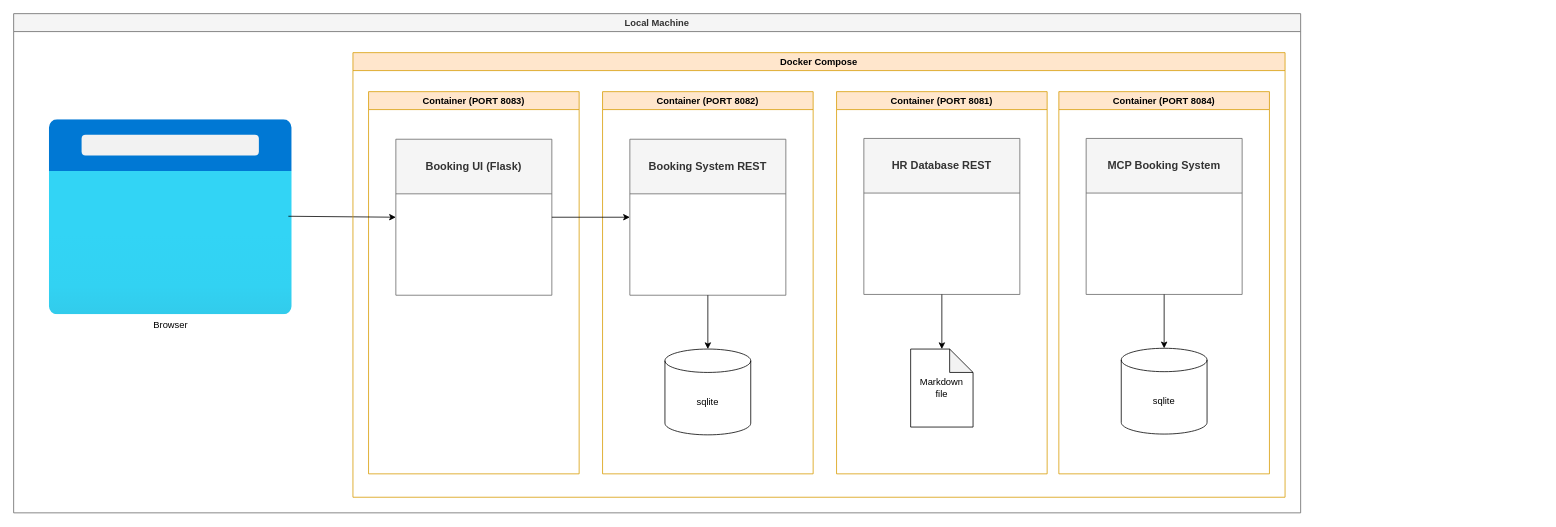
Earlier version of the draw.io diagram page "Booking-Applications-Docker-Compose" (3 of 5) of architecture/galaxim-travel-infrastructure.drawio (thomassuedbroecker/galaxium-travels-infrastructure-tsuedbro). Source tidied: cells renumbered, new cells numbered last; positions are measured from the earlier drawing's top-left corner, leaving out a move shared by most shapes. Both pictures are drawn from the tidied source at 78%, with x=0, y=0 at pixel (13, 13).
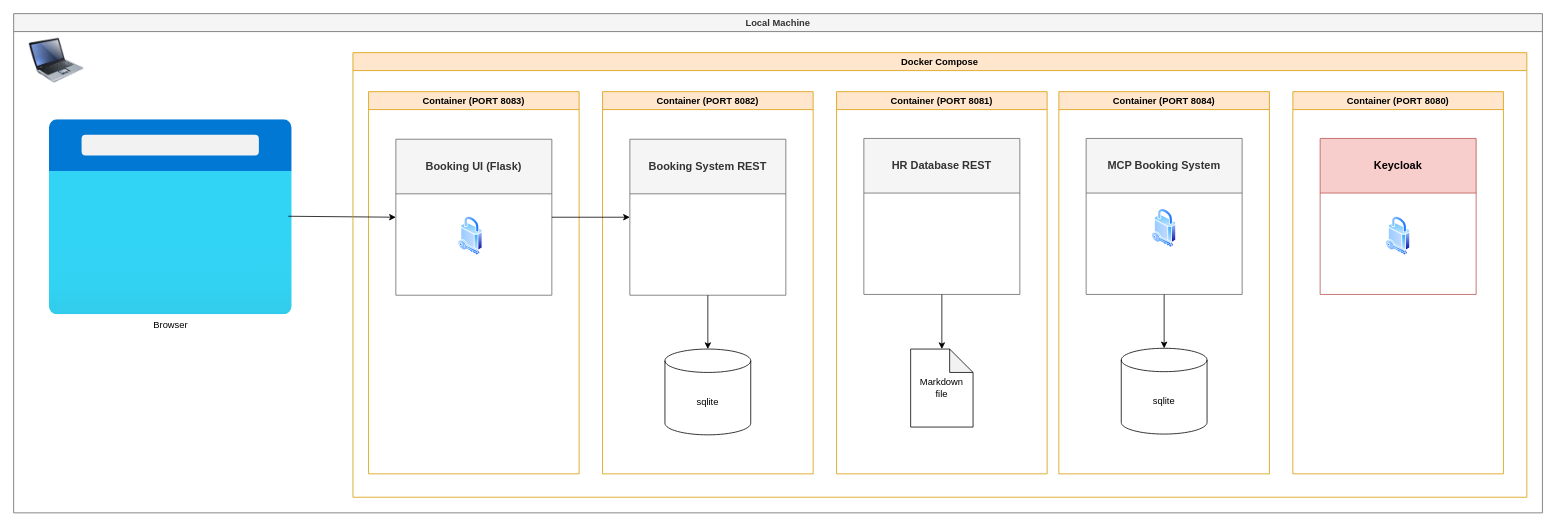
Above is the later version.

The change refers to these unchanged cells:
```xml
<mxCell id="18" value="&lt;font style=&quot;font-size: 14px;&quot;&gt;MCP Booking System&lt;/font&gt;" style="swimlane;whiteSpace=wrap;html=1;fillColor=#f5f5f5;fontColor=#333333;strokeColor=#666666;startSize=70;" parent="17" vertex="1">
  <mxGeometry x="35" y="60" width="200" height="200" as="geometry" />
</mxCell>
```

Change to the diagram source:
```diff
@@
     <mxCell id="2" value="Local Machine" style="swimlane;whiteSpace=wrap;html=1;fillColor=#f5f5f5;strokeColor=#666666;fontColor=#333333;" parent="1" vertex="1">
-      <mxGeometry width="1650" height="640" as="geometry" />
+      <mxGeometry width="1960" height="640" as="geometry" />
     </mxCell>
@@
     <mxCell id="12" value="Docker Compose" style="swimlane;whiteSpace=wrap;html=1;fillColor=#ffe6cc;strokeColor=#d79b00;" parent="2" vertex="1">
-      <mxGeometry x="435" y="50" width="1195" height="570" as="geometry" />
+      <mxGeometry x="435" y="50" width="1505" height="570" as="geometry" />
     </mxCell>
@@
+    <mxCell id="21" style="image;perimeter=ellipsePerimeter;html=1;align=center;shadow=0;dashed=0;spacingTop=3;image=img/lib/active_directory/security.svg;" parent="18" vertex="1">
+      <mxGeometry x="84.2" y="90" width="31.5" height="50" as="geometry" />
+    </mxCell>
@@
+    <mxCell id="22" value="Container (PORT 8080)" style="swimlane;whiteSpace=wrap;html=1;fillColor=#ffe6cc;strokeColor=#d79b00;" parent="12" vertex="1">
+      <mxGeometry x="1205" y="50" width="270" height="490" as="geometry" />
+    </mxCell>
+    <mxCell id="23" value="&lt;font style=&quot;font-size: 14px;&quot;&gt;Keycloak&lt;/font&gt;" style="swimlane;whiteSpace=wrap;html=1;fillColor=#f8cecc;strokeColor=#b85450;startSize=70;" parent="22" vertex="1">
+      <mxGeometry x="35" y="60" width="200" height="200" as="geometry" />
+    </mxCell>
+    <mxCell id="24" style="image;perimeter=ellipsePerimeter;html=1;align=center;shadow=0;dashed=0;spacingTop=3;image=img/lib/active_directory/security.svg;" parent="23" vertex="1">
+      <mxGeometry x="84.2" y="100" width="31.5" height="50" as="geometry" />
+    </mxCell>
+    <mxCell id="25" style="image;perimeter=ellipsePerimeter;html=1;align=center;shadow=0;dashed=0;spacingTop=3;image=img/lib/active_directory/security.svg;" parent="12" vertex="1">
+      <mxGeometry x="135" y="210" width="31.5" height="50" as="geometry" />
+    </mxCell>
+    <mxCell id="26" style="image;html=1;image=img/lib/clip_art/computers/Laptop_128x128.png;" parent="2" vertex="1">
+      <mxGeometry x="20" y="30" width="70" height="60" as="geometry" />
+    </mxCell>
```
